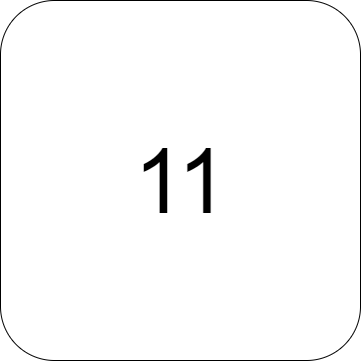
This is Rush Hour Main/assets/MapButtons/11(A).png from zintom69/Game-Rush-Hour, a draw.io export, as it was before one commit. Source tidied: cells renumbered, new cells last; positions are measured from the earlier drawing's top-left corner, leaving out a move shared by most shapes. Source of this version:
```xml
<mxGraphModel>
  <root>
    <mxCell id="0" />
    <mxCell id="1" parent="0" />
    <mxCell id="2" value="&lt;span style=&quot;font-size: 90px;&quot;&gt;11&lt;/span&gt;" style="rounded=1;whiteSpace=wrap;html=1;" parent="1" vertex="1">
      <mxGeometry width="360" height="360" as="geometry" />
    </mxCell>
  </root>
</mxGraphModel>
```
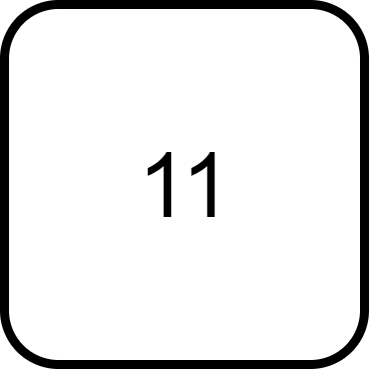
Later version of the same file.

Diff of the diagram source:
```diff
@@ -2,7 +2,7 @@
   <root>
     <mxCell id="0" />
     <mxCell id="1" parent="0" />
-    <mxCell id="2" value="&lt;span style=&quot;font-size: 90px;&quot;&gt;11&lt;/span&gt;" style="rounded=1;whiteSpace=wrap;html=1;" parent="1" vertex="1">
+    <mxCell id="2" value="&lt;span style=&quot;font-size: 90px;&quot;&gt;11&lt;/span&gt;" style="rounded=1;whiteSpace=wrap;html=1;strokeWidth=9;" parent="1" vertex="1">
       <mxGeometry width="360" height="360" as="geometry" />
     </mxCell>
   </root>
```
